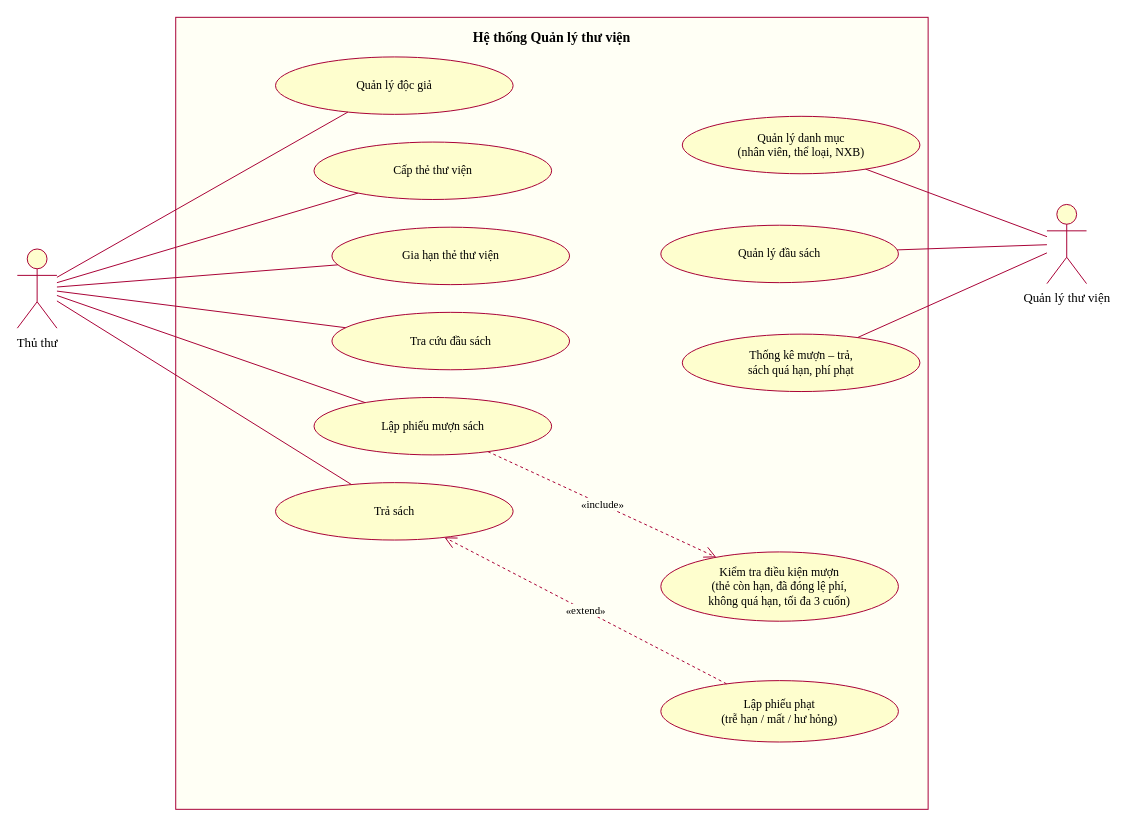
Above: IMAGES/LAB2/H1_UseCase_TongQuat.drawio in nguyenquocan5432-bot/LAB_AT_OOSD (draw.io), before the change. Source tidied: cells renumbered, new cells numbered last; positions are measured from the earlier drawing's top-left corner, leaving out a move shared by most shapes. Both pictures are drawn from the tidied source at 99%, with x=0, y=0 at pixel (17, 17).
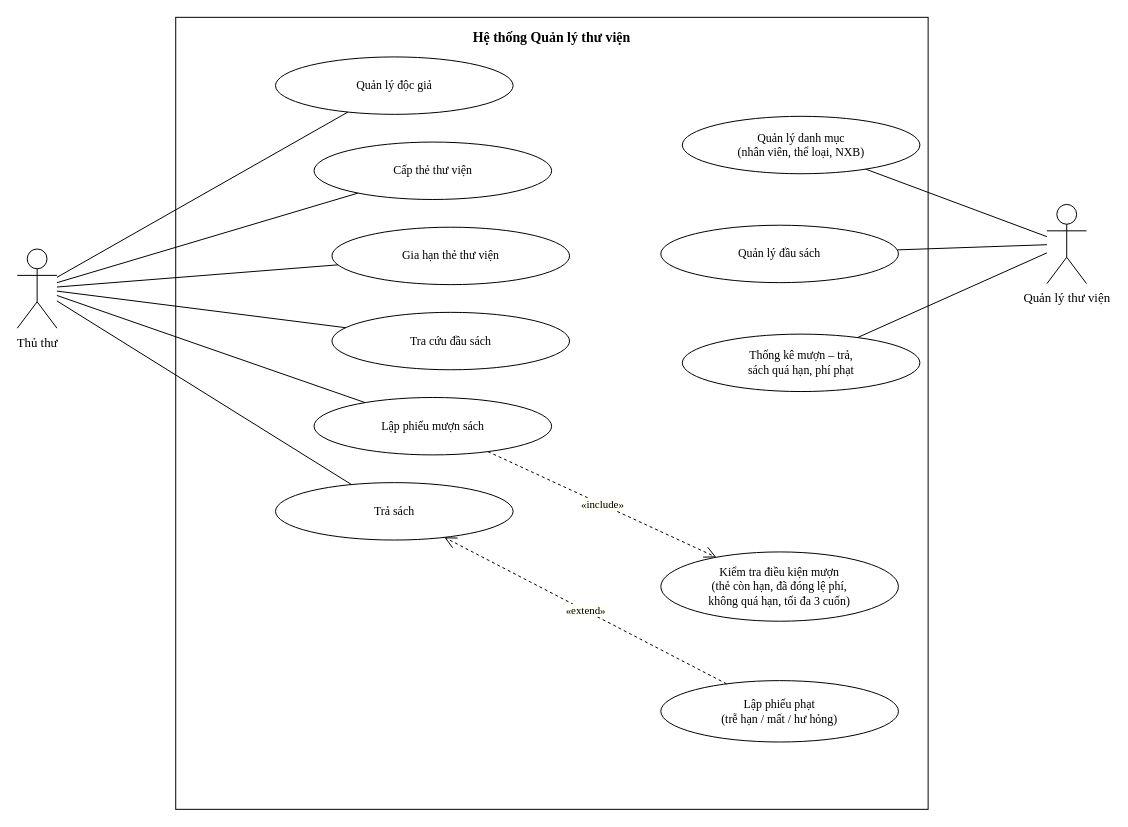
After the change.

Change to the diagram source:
```diff
@@
-    <mxCell id="2" value="Hệ thống Quản lý thư viện" style="rounded=0;whiteSpace=wrap;html=1;verticalAlign=top;fontStyle=1;fillColor=#FFFFF5;strokeColor=#A80036;fontFamily=Times New Roman;fontSize=14;spacingTop=6;" parent="1" vertex="1">
+    <mxCell id="2" value="Hệ thống Quản lý thư viện" style="rounded=0;whiteSpace=wrap;html=1;verticalAlign=top;fontStyle=1;fontFamily=Times New Roman;fontSize=14;spacingTop=6;" parent="1" vertex="1">
       <mxGeometry x="160" width="760" height="800" as="geometry" />
     </mxCell>
-    <mxCell id="3" value="Thủ thư" style="shape=umlActor;verticalLabelPosition=bottom;verticalAlign=top;html=1;outlineConnect=0;fillColor=#FEFECE;strokeColor=#A80036;fontFamily=Times New Roman;fontSize=13;" parent="1" vertex="1">
+    <mxCell id="3" value="Thủ thư" style="shape=umlActor;verticalLabelPosition=bottom;verticalAlign=top;html=1;outlineConnect=0;fontFamily=Times New Roman;fontSize=13;" parent="1" vertex="1">
       <mxGeometry y="234" width="40" height="80" as="geometry" />
     </mxCell>
-    <mxCell id="4" value="Quản lý độc giả" style="ellipse;whiteSpace=wrap;html=1;fillColor=#FEFECE;strokeColor=#A80036;fontFamily=Times New Roman;fontSize=12;" parent="1" vertex="1">
+    <mxCell id="4" value="Quản lý độc giả" style="ellipse;whiteSpace=wrap;html=1;fontFamily=Times New Roman;fontSize=12;" parent="1" vertex="1">
       <mxGeometry x="260.8" y="40" width="240" height="58" as="geometry" />
     </mxCell>
-    <mxCell id="5" style="endArrow=none;html=1;strokeColor=#A80036;" parent="1" edge="1" source="3" target="4">
+    <mxCell id="5" style="endArrow=none;html=1;" parent="1" edge="1" source="3" target="4">
       <mxGeometry relative="1" as="geometry" />
     </mxCell>
-    <mxCell id="6" value="Cấp thẻ thư viện" style="ellipse;whiteSpace=wrap;html=1;fillColor=#FEFECE;strokeColor=#A80036;fontFamily=Times New Roman;fontSize=12;" parent="1" vertex="1">
+    <mxCell id="6" value="Cấp thẻ thư viện" style="ellipse;whiteSpace=wrap;html=1;fontFamily=Times New Roman;fontSize=12;" parent="1" vertex="1">
       <mxGeometry x="299.7" y="126" width="240" height="58" as="geometry" />
     </mxCell>
-    <mxCell id="7" style="endArrow=none;html=1;strokeColor=#A80036;" parent="1" edge="1" source="3" target="6">
+    <mxCell id="7" style="endArrow=none;html=1;" parent="1" edge="1" source="3" target="6">
       <mxGeometry relative="1" as="geometry" />
     </mxCell>
-    <mxCell id="8" value="Gia hạn thẻ thư viện" style="ellipse;whiteSpace=wrap;html=1;fillColor=#FEFECE;strokeColor=#A80036;fontFamily=Times New Roman;fontSize=12;" parent="1" vertex="1">
+    <mxCell id="8" value="Gia hạn thẻ thư viện" style="ellipse;whiteSpace=wrap;html=1;fontFamily=Times New Roman;fontSize=12;" parent="1" vertex="1">
       <mxGeometry x="317.8" y="212" width="240" height="58" as="geometry" />
     </mxCell>
-    <mxCell id="9" style="endArrow=none;html=1;strokeColor=#A80036;" parent="1" edge="1" source="3" target="8">
+    <mxCell id="9" style="endArrow=none;html=1;" parent="1" edge="1" source="3" target="8">
       <mxGeometry relative="1" as="geometry" />
     </mxCell>
-    <mxCell id="10" value="Tra cứu đầu sách" style="ellipse;whiteSpace=wrap;html=1;fillColor=#FEFECE;strokeColor=#A80036;fontFamily=Times New Roman;fontSize=12;" parent="1" vertex="1">
+    <mxCell id="10" value="Tra cứu đầu sách" style="ellipse;whiteSpace=wrap;html=1;fontFamily=Times New Roman;fontSize=12;" parent="1" vertex="1">
       <mxGeometry x="317.8" y="298" width="240" height="58" as="geometry" />
     </mxCell>
-    <mxCell id="11" style="endArrow=none;html=1;strokeColor=#A80036;" parent="1" edge="1" source="3" target="10">
+    <mxCell id="11" style="endArrow=none;html=1;" parent="1" edge="1" source="3" target="10">
       <mxGeometry relative="1" as="geometry" />
     </mxCell>
-    <mxCell id="12" value="Lập phiếu mượn sách" style="ellipse;whiteSpace=wrap;html=1;fillColor=#FEFECE;strokeColor=#A80036;fontFamily=Times New Roman;fontSize=12;" parent="1" vertex="1">
+    <mxCell id="12" value="Lập phiếu mượn sách" style="ellipse;whiteSpace=wrap;html=1;fontFamily=Times New Roman;fontSize=12;" parent="1" vertex="1">
       <mxGeometry x="299.7" y="384" width="240" height="58" as="geometry" />
     </mxCell>
-    <mxCell id="13" style="endArrow=none;html=1;strokeColor=#A80036;" parent="1" edge="1" source="3" target="12">
+    <mxCell id="13" style="endArrow=none;html=1;" parent="1" edge="1" source="3" target="12">
       <mxGeometry relative="1" as="geometry" />
     </mxCell>
-    <mxCell id="14" value="Trả sách" style="ellipse;whiteSpace=wrap;html=1;fillColor=#FEFECE;strokeColor=#A80036;fontFamily=Times New Roman;fontSize=12;" parent="1" vertex="1">
+    <mxCell id="14" value="Trả sách" style="ellipse;whiteSpace=wrap;html=1;fontFamily=Times New Roman;fontSize=12;" parent="1" vertex="1">
       <mxGeometry x="260.8" y="470" width="240" height="58" as="geometry" />
     </mxCell>
-    <mxCell id="15" style="endArrow=none;html=1;strokeColor=#A80036;" parent="1" edge="1" source="3" target="14">
+    <mxCell id="15" style="endArrow=none;html=1;" parent="1" edge="1" source="3" target="14">
       <mxGeometry relative="1" as="geometry" />
     </mxCell>
-    <mxCell id="16" value="Quản lý thư viện" style="shape=umlActor;verticalLabelPosition=bottom;verticalAlign=top;html=1;outlineConnect=0;fillColor=#FEFECE;strokeColor=#A80036;fontFamily=Times New Roman;fontSize=13;" parent="1" vertex="1">
+    <mxCell id="16" value="Quản lý thư viện" style="shape=umlActor;verticalLabelPosition=bottom;verticalAlign=top;html=1;outlineConnect=0;fontFamily=Times New Roman;fontSize=13;" parent="1" vertex="1">
       <mxGeometry x="1040" y="189" width="40" height="80" as="geometry" />
     </mxCell>
-    <mxCell id="17" value="Quản lý danh mục&lt;br&gt;(nhân viên, thể loại, NXB)" style="ellipse;whiteSpace=wrap;html=1;fillColor=#FEFECE;strokeColor=#A80036;fontFamily=Times New Roman;fontSize=12;" parent="1" vertex="1">
+    <mxCell id="17" value="Quản lý danh mục&lt;br&gt;(nhân viên, thể loại, NXB)" style="ellipse;whiteSpace=wrap;html=1;fontFamily=Times New Roman;fontSize=12;" parent="1" vertex="1">
       <mxGeometry x="671.7" y="100" width="240" height="58" as="geometry" />
     </mxCell>
-    <mxCell id="18" style="endArrow=none;html=1;strokeColor=#A80036;" parent="1" edge="1" source="16" target="17">
+    <mxCell id="18" style="endArrow=none;html=1;" parent="1" edge="1" source="16" target="17">
       <mxGeometry relative="1" as="geometry" />
     </mxCell>
-    <mxCell id="19" value="Quản lý đầu sách" style="ellipse;whiteSpace=wrap;html=1;fillColor=#FEFECE;strokeColor=#A80036;fontFamily=Times New Roman;fontSize=12;" parent="1" vertex="1">
+    <mxCell id="19" value="Quản lý đầu sách" style="ellipse;whiteSpace=wrap;html=1;fontFamily=Times New Roman;fontSize=12;" parent="1" vertex="1">
       <mxGeometry x="650" y="210" width="240" height="58" as="geometry" />
     </mxCell>
-    <mxCell id="20" style="endArrow=none;html=1;strokeColor=#A80036;" parent="1" edge="1" source="16" target="19">
+    <mxCell id="20" style="endArrow=none;html=1;" parent="1" edge="1" source="16" target="19">
       <mxGeometry relative="1" as="geometry" />
     </mxCell>
-    <mxCell id="21" value="Thống kê mượn – trả,&lt;br&gt;sách quá hạn, phí phạt" style="ellipse;whiteSpace=wrap;html=1;fillColor=#FEFECE;strokeColor=#A80036;fontFamily=Times New Roman;fontSize=12;" parent="1" vertex="1">
+    <mxCell id="21" value="Thống kê mượn – trả,&lt;br&gt;sách quá hạn, phí phạt" style="ellipse;whiteSpace=wrap;html=1;fontFamily=Times New Roman;fontSize=12;" parent="1" vertex="1">
       <mxGeometry x="671.7" y="320" width="240" height="58" as="geometry" />
     </mxCell>
-    <mxCell id="22" style="endArrow=none;html=1;strokeColor=#A80036;" parent="1" edge="1" source="16" target="21">
+    <mxCell id="22" style="endArrow=none;html=1;" parent="1" edge="1" source="16" target="21">
       <mxGeometry relative="1" as="geometry" />
     </mxCell>
-    <mxCell id="23" value="Kiểm tra điều kiện mượn&lt;br&gt;(thẻ còn hạn, đã đóng lệ phí,&lt;br&gt;không quá hạn, tối đa 3 cuốn)" style="ellipse;whiteSpace=wrap;html=1;fillColor=#FEFECE;strokeColor=#A80036;fontFamily=Times New Roman;fontSize=12;" parent="1" vertex="1">
+    <mxCell id="23" value="Kiểm tra điều kiện mượn&lt;br&gt;(thẻ còn hạn, đã đóng lệ phí,&lt;br&gt;không quá hạn, tối đa 3 cuốn)" style="ellipse;whiteSpace=wrap;html=1;fontFamily=Times New Roman;fontSize=12;" parent="1" vertex="1">
       <mxGeometry x="650" y="540" width="240" height="70" as="geometry" />
     </mxCell>
-    <mxCell id="24" value="Lập phiếu phạt&lt;br&gt;(trễ hạn / mất / hư hỏng)" style="ellipse;whiteSpace=wrap;html=1;fillColor=#FEFECE;strokeColor=#A80036;fontFamily=Times New Roman;fontSize=12;" parent="1" vertex="1">
+    <mxCell id="24" value="Lập phiếu phạt&lt;br&gt;(trễ hạn / mất / hư hỏng)" style="ellipse;whiteSpace=wrap;html=1;fontFamily=Times New Roman;fontSize=12;" parent="1" vertex="1">
       <mxGeometry x="650" y="670" width="240" height="62" as="geometry" />
     </mxCell>
-    <mxCell id="25" value="«include»" style="endArrow=open;endSize=10;dashed=1;html=1;strokeColor=#A80036;fontFamily=Times New Roman;fontSize=11;labelBackgroundColor=#FFFFF5;" parent="1" edge="1" source="12" target="23">
+    <mxCell id="25" value="«include»" style="endArrow=open;endSize=10;dashed=1;html=1;fontFamily=Times New Roman;fontSize=11;labelBackgroundColor=#FFFFF5;" parent="1" edge="1" source="12" target="23">
       <mxGeometry relative="1" as="geometry" />
     </mxCell>
-    <mxCell id="26" value="«extend»" style="endArrow=open;endSize=10;dashed=1;html=1;strokeColor=#A80036;fontFamily=Times New Roman;fontSize=11;labelBackgroundColor=#FFFFF5;" parent="1" edge="1" source="24" target="14">
+    <mxCell id="26" value="«extend»" style="endArrow=open;endSize=10;dashed=1;html=1;fontFamily=Times New Roman;fontSize=11;labelBackgroundColor=#FFFFF5;" parent="1" edge="1" source="24" target="14">
       <mxGeometry relative="1" as="geometry" />
     </mxCell>
```
